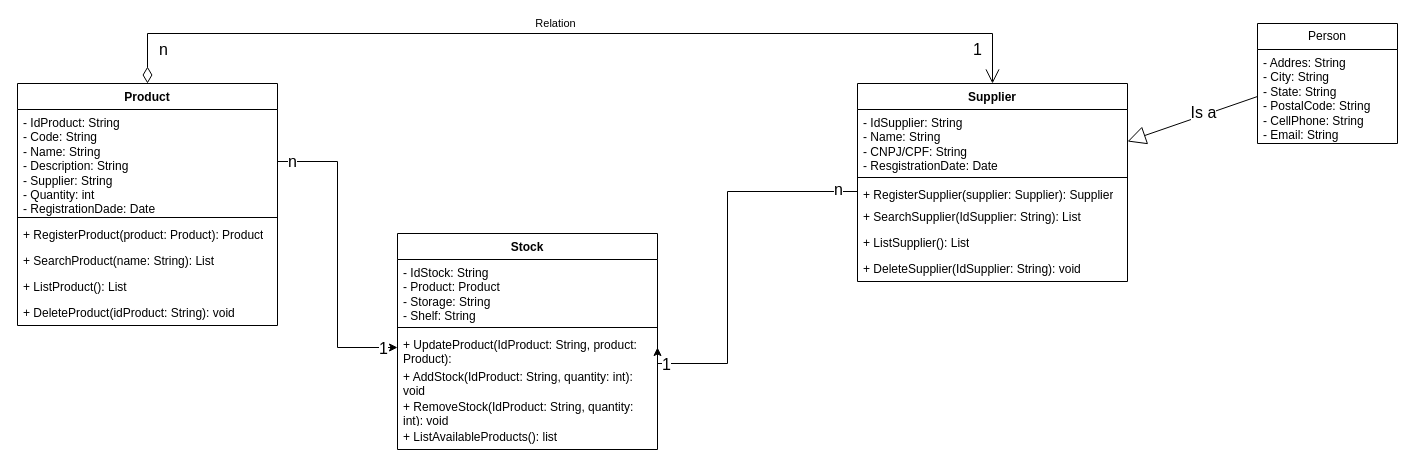
Earlier version of the draw.io diagram src/EstoqueSystem.drawio (bastostuliojrrt/EstoqueSystem). Source tidied: cells renumbered, new cells numbered last; positions are measured from the earlier drawing's top-left corner, leaving out a move shared by most shapes. Both pictures are drawn from the tidied source at 100%, with x=0, y=0 at pixel (17, 23).
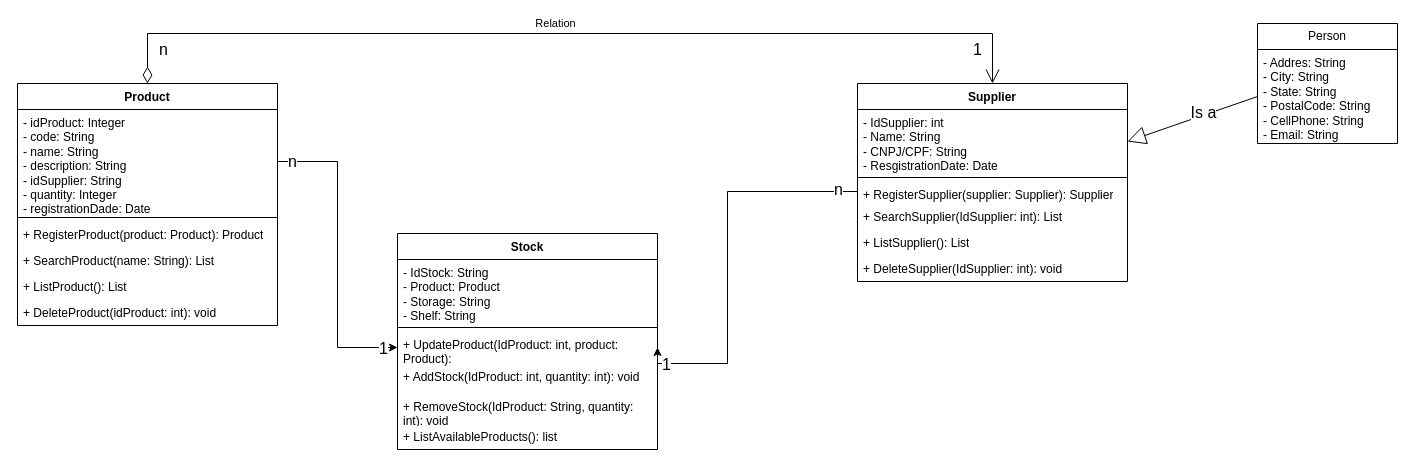
The same diagram, later.

Unchanged cells that the change refers to:
```xml
<mxCell id="2" value="Product" style="swimlane;fontStyle=1;align=center;verticalAlign=top;horizontal=1;startSize=26;whiteSpace=wrap;html=1;" parent="1" vertex="1">
  <mxGeometry y="60" width="260" height="242" as="geometry" />
</mxCell>
<mxCell id="9" value="Supplier" style="swimlane;fontStyle=1;align=center;verticalAlign=top;horizontal=1;startSize=26;whiteSpace=wrap;html=1;" parent="1" vertex="1">
  <mxGeometry x="840" y="60" width="270" height="198" as="geometry" />
</mxCell>
<mxCell id="16" value="Stock" style="swimlane;fontStyle=1;align=center;verticalAlign=top;horizontal=1;startSize=26;whiteSpace=wrap;html=1;" parent="1" vertex="1">
  <mxGeometry x="380" y="210" width="260" height="216" as="geometry" />
</mxCell>
```

The edit, as a diff of the source:
```diff
@@
-    <mxCell id="3" value="- IdProduct: String&lt;br&gt;- Code: String&lt;br&gt;- Name: String&lt;br&gt;- Description: String&lt;br&gt;- Supplier: String&lt;br&gt;- Quantity: int&lt;br&gt;- RegistrationDade: Date" style="text;strokeColor=none;fillColor=none;align=left;verticalAlign=top;spacingLeft=4;spacingRight=4;overflow=hidden;points=[[0,0.5],[1,0.5]];portConstraint=eastwest;whiteSpace=wrap;html=1;" parent="2" vertex="1">
+    <mxCell id="3" value="- idProduct: Integer&lt;br&gt;- code: String&lt;br&gt;- name: String&lt;br&gt;- description: String&lt;br&gt;- idSupplier: String&lt;br&gt;- quantity: Integer&lt;br&gt;- registrationDade: Date" style="text;strokeColor=none;fillColor=none;align=left;verticalAlign=top;spacingLeft=4;spacingRight=4;overflow=hidden;points=[[0,0.5],[1,0.5]];portConstraint=eastwest;whiteSpace=wrap;html=1;" parent="2" vertex="1">
       <mxGeometry y="26" width="260" height="104" as="geometry" />
     </mxCell>
@@
-    <mxCell id="8" value="+ DeleteProduct(idProduct: String): void" style="text;strokeColor=none;fillColor=none;align=left;verticalAlign=top;spacingLeft=4;spacingRight=4;overflow=hidden;whiteSpace=wrap;html=1;" parent="2" vertex="1">
+    <mxCell id="8" value="+ DeleteProduct(idProduct: int): void" style="text;strokeColor=none;fillColor=none;align=left;verticalAlign=top;spacingLeft=4;spacingRight=4;overflow=hidden;whiteSpace=wrap;html=1;" parent="2" vertex="1">
       <mxGeometry y="216" width="260" height="26" as="geometry" />
     </mxCell>
@@
-    <mxCell id="10" value="- IdSupplier: String&lt;br&gt;- Name: String&lt;br&gt;- CNPJ/CPF: String&lt;br&gt;- ResgistrationDate: Date&amp;nbsp;" style="text;strokeColor=none;fillColor=none;align=left;verticalAlign=top;spacingLeft=4;spacingRight=4;overflow=hidden;points=[[0,0.5],[1,0.5]];portConstraint=eastwest;whiteSpace=wrap;html=1;" parent="9" vertex="1">
+    <mxCell id="10" value="- IdSupplier: int&lt;br&gt;- Name: String&lt;br&gt;- CNPJ/CPF: String&lt;br&gt;- ResgistrationDate: Date&amp;nbsp;" style="text;strokeColor=none;fillColor=none;align=left;verticalAlign=top;spacingLeft=4;spacingRight=4;overflow=hidden;points=[[0,0.5],[1,0.5]];portConstraint=eastwest;whiteSpace=wrap;html=1;" parent="9" vertex="1">
       <mxGeometry y="26" width="270" height="64" as="geometry" />
     </mxCell>
@@
-    <mxCell id="13" value="+ SearchSupplier(IdSupplier: String): List" style="text;strokeColor=none;fillColor=none;align=left;verticalAlign=top;spacingLeft=4;spacingRight=4;overflow=hidden;whiteSpace=wrap;html=1;" parent="9" vertex="1">
+    <mxCell id="13" value="+ SearchSupplier(IdSupplier: int): List" style="text;strokeColor=none;fillColor=none;align=left;verticalAlign=top;spacingLeft=4;spacingRight=4;overflow=hidden;whiteSpace=wrap;html=1;" parent="9" vertex="1">
       <mxGeometry y="120" width="270" height="26" as="geometry" />
     </mxCell>
@@
-    <mxCell id="15" value="+ DeleteSupplier(IdSupplier: String): void" style="text;strokeColor=none;fillColor=none;align=left;verticalAlign=top;spacingLeft=4;spacingRight=4;overflow=hidden;whiteSpace=wrap;html=1;" parent="9" vertex="1">
+    <mxCell id="15" value="+ DeleteSupplier(IdSupplier: int): void" style="text;strokeColor=none;fillColor=none;align=left;verticalAlign=top;spacingLeft=4;spacingRight=4;overflow=hidden;whiteSpace=wrap;html=1;" parent="9" vertex="1">
       <mxGeometry y="172" width="270" height="26" as="geometry" />
     </mxCell>
@@
-    <mxCell id="19" value="+ UpdateProduct(IdProduct: String, product: Product):&amp;nbsp;" style="text;strokeColor=none;fillColor=none;align=left;verticalAlign=top;spacingLeft=4;spacingRight=4;overflow=hidden;points=[[0,0.5],[1,0.5]];portConstraint=eastwest;whiteSpace=wrap;html=1;" parent="16" vertex="1">
+    <mxCell id="19" value="+ UpdateProduct(IdProduct: int, product: Product):&amp;nbsp;" style="text;strokeColor=none;fillColor=none;align=left;verticalAlign=top;spacingLeft=4;spacingRight=4;overflow=hidden;points=[[0,0.5],[1,0.5]];portConstraint=eastwest;whiteSpace=wrap;html=1;" parent="16" vertex="1">
       <mxGeometry y="98" width="260" height="32" as="geometry" />
     </mxCell>
-    <mxCell id="20" value="+ AddStock(IdProduct: String, quantity: int): void" style="text;strokeColor=none;fillColor=none;align=left;verticalAlign=top;spacingLeft=4;spacingRight=4;overflow=hidden;whiteSpace=wrap;html=1;" parent="16" vertex="1">
+    <mxCell id="20" value="+ AddStock(IdProduct: int, quantity: int): void" style="text;strokeColor=none;fillColor=none;align=left;verticalAlign=top;spacingLeft=4;spacingRight=4;overflow=hidden;whiteSpace=wrap;html=1;" parent="16" vertex="1">
       <mxGeometry y="130" width="260" height="30" as="geometry" />
     </mxCell>
```
